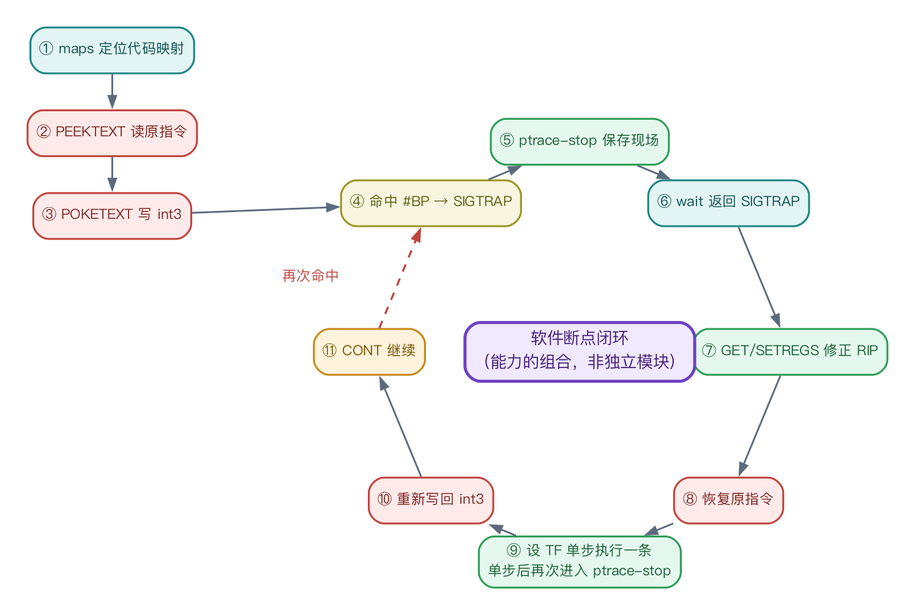
Above: research_practice/assets/09_breakpoint_loop.png in vvvvsv/asterinas (Graphviz), before the change. Its source is kept beside it as research_practice/assets/09_breakpoint_loop.dot.
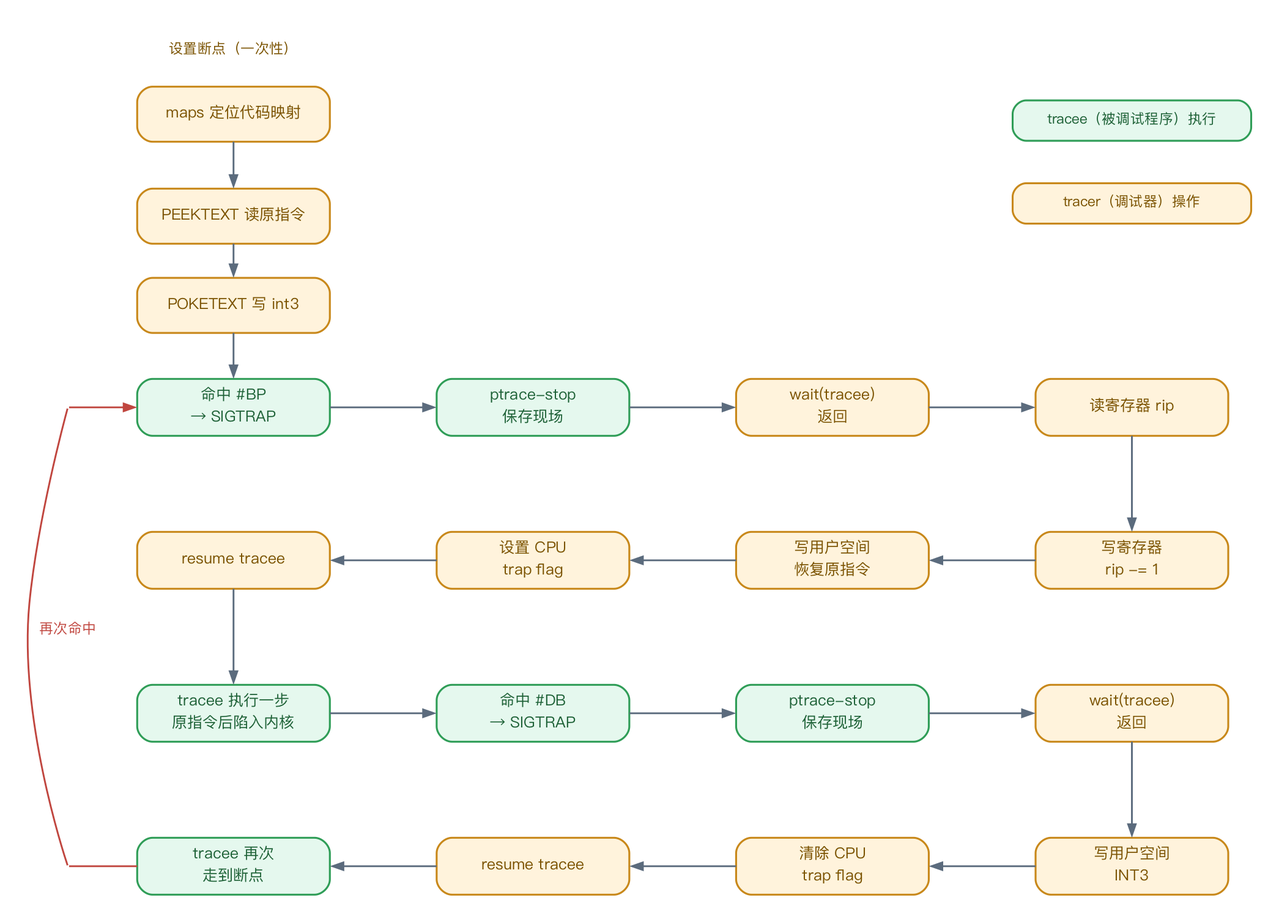
Later version of the same file.

The edit, as a diff of the source:
```diff
@@ -1,29 +1,51 @@
 digraph G {
   graph [fontname="PingFang SC", bgcolor="white", pad="0.3", splines=true];
-  node [fontname="PingFang SC", shape=box, style="rounded,filled", penwidth=1.5, margin="0.1,0.06", fontsize=11];
+  node [fontname="PingFang SC", shape=box, style="rounded,filled", penwidth=1.5, margin="0.1,0.06", fontsize=12];
   edge [fontname="PingFang SC", color="#5b6b7d", penwidth=1.4, arrowsize=0.85, fontsize=11];
-  b1 [label="① maps 定位代码映射", fillcolor="#E3F4F4", color="#1F8585", fontcolor="#0f5151", pos="63.3,536.7"];
-  b2 [label="② PEEKTEXT 读原指令", fillcolor="#FFEAEA", color="#C0463F", fontcolor="#7d2723", pos="63.3,471.7"];
-  b3 [label="③ POKETEXT 写 int3", fillcolor="#FFEAEA", color="#C0463F", fontcolor="#7d2723", pos="63.3,406.7"];
-  b4 [label="④ 命中 #BP → SIGTRAP", fillcolor="#F8F6E0", color="#9A9620", fontcolor="#5f5c10", pos="313.3,416.7"];
-  b5 [label="⑤ ptrace-stop 保存现场", fillcolor="#E5F8EE", color="#2F9D57", fontcolor="#1c6035", pos="430.0,465.0"];
-  b6 [label="⑥ wait 返回 SIGTRAP", fillcolor="#E3F4F4", color="#1F8585", fontcolor="#0f5151", pos="546.7,416.7"];
-  b7 [label="⑦ GET/SETREGS 修正 RIP", fillcolor="#E5F8EE", color="#2F9D57", fontcolor="#1c6035", pos="595.0,300.0"];
-  b8 [label="⑧ 恢复原指令", fillcolor="#FFEAEA", color="#C0463F", fontcolor="#7d2723", pos="546.7,183.3"];
-  b9 [label="⑨ 设 TF 单步执行一条\n单步后再次进入 ptrace-stop", fillcolor="#E5F8EE", color="#2F9D57", fontcolor="#1c6035", pos="430.0,135.0"];
-  b10 [label="⑩ 重新写回 int3", fillcolor="#FFEAEA", color="#C0463F", fontcolor="#7d2723", pos="313.3,183.3"];
-  b11 [label="⑪ CONT 继续", fillcolor="#FFF3DC", color="#C8881A", fontcolor="#7a5200", pos="265.0,300.0"];
-  hub [label="软件断点闭环\n（能力的组合，非独立模块）", fillcolor="#F1E9FF", color="#6F42C1", fontcolor="#48227f", pos="430.0,300.0", penwidth="2.4", fontsize="13"];
-  b1 -> b2;
-  b2 -> b3;
-  b3 -> b4;
-  b4 -> b5;
-  b5 -> b6;
-  b6 -> b7;
-  b7 -> b8;
-  b8 -> b9;
-  b9 -> b10;
-  b10 -> b11;
-  b11 -> b4 [color="#C0463F", style="dashed", penwidth="1.6"];
-  fb [shape=box, style="filled", fillcolor="white", color="white", penwidth=0, margin="0.03,0.01", fontsize=11, fontcolor="#C0463F", pos="219.2,358.3", label="再次命中"];
+  b1 [label="命中 #BP\n→ SIGTRAP", fillcolor="#E5F8EE", color="#2F9D57", fontcolor="#1c6035", pos="0,360", width="2.1", height="0.62", fixedsize="true"];
+  b2 [label="ptrace-stop\n保存现场", fillcolor="#E5F8EE", color="#2F9D57", fontcolor="#1c6035", pos="235,360", width="2.1", height="0.62", fixedsize="true"];
+  b3 [label="wait(tracee)\n返回", fillcolor="#FFF3DC", color="#C8881A", fontcolor="#7a5200", pos="470,360", width="2.1", height="0.62", fixedsize="true"];
+  b4 [label="读寄存器 rip", fillcolor="#FFF3DC", color="#C8881A", fontcolor="#7a5200", pos="705,360", width="2.1", height="0.62", fixedsize="true"];
+  b5 [label="写寄存器\nrip -= 1", fillcolor="#FFF3DC", color="#C8881A", fontcolor="#7a5200", pos="705,240", width="2.1", height="0.62", fixedsize="true"];
+  b6 [label="写用户空间\n恢复原指令", fillcolor="#FFF3DC", color="#C8881A", fontcolor="#7a5200", pos="470,240", width="2.1", height="0.62", fixedsize="true"];
+  b7 [label="设置 CPU\ntrap flag", fillcolor="#FFF3DC", color="#C8881A", fontcolor="#7a5200", pos="235,240", width="2.1", height="0.62", fixedsize="true"];
+  b8 [label="resume tracee", fillcolor="#FFF3DC", color="#C8881A", fontcolor="#7a5200", pos="0,240", width="2.1", height="0.62", fixedsize="true"];
+  b9 [label="tracee 执行一步\n原指令后陷入内核", fillcolor="#E5F8EE", color="#2F9D57", fontcolor="#1c6035", pos="0,120", width="2.1", height="0.62", fixedsize="true"];
+  b10 [label="命中 #DB\n→ SIGTRAP", fillcolor="#E5F8EE", color="#2F9D57", fontcolor="#1c6035", pos="235,120", width="2.1", height="0.62", fixedsize="true"];
+  b11 [label="ptrace-stop\n保存现场", fillcolor="#E5F8EE", color="#2F9D57", fontcolor="#1c6035", pos="470,120", width="2.1", height="0.62", fixedsize="true"];
+  b12 [label="wait(tracee)\n返回", fillcolor="#FFF3DC", color="#C8881A", fontcolor="#7a5200", pos="705,120", width="2.1", height="0.62", fixedsize="true"];
+  b13 [label="写用户空间\nINT3", fillcolor="#FFF3DC", color="#C8881A", fontcolor="#7a5200", pos="705,0", width="2.1", height="0.62", fixedsize="true"];
+  b14 [label="清除 CPU\ntrap flag", fillcolor="#FFF3DC", color="#C8881A", fontcolor="#7a5200", pos="470,0", width="2.1", height="0.62", fixedsize="true"];
+  b15 [label="resume tracee", fillcolor="#FFF3DC", color="#C8881A", fontcolor="#7a5200", pos="235,0", width="2.1", height="0.62", fixedsize="true"];
+  b16 [label="tracee 再次\n走到断点", fillcolor="#E5F8EE", color="#2F9D57", fontcolor="#1c6035", pos="0,0", width="2.1", height="0.62", fixedsize="true"];
+  s1 [label="maps 定位代码映射", fillcolor="#FFF3DC", color="#C8881A", fontcolor="#7a5200", pos="0,590", width="2.1", height="0.6", fixedsize="true"];
+  s2 [label="PEEKTEXT 读原指令", fillcolor="#FFF3DC", color="#C8881A", fontcolor="#7a5200", pos="0,510", width="2.1", height="0.6", fixedsize="true"];
+  s3 [label="POKETEXT 写 int3", fillcolor="#FFF3DC", color="#C8881A", fontcolor="#7a5200", pos="0,440", width="2.1", height="0.6", fixedsize="true"];
+  s_hdr [shape=box, style="filled", fillcolor="white", color="white", penwidth=0, margin="0.03,0.01", fontsize=11, fontcolor="#7a5200", pos="0,640", label="设置断点（一次性）"];
+  leg_t [label="tracee（被调试程序）执行", fillcolor="#E5F8EE", color="#2F9D57", fontcolor="#1c6035", pos="705,585", width="2.6", height="0.44", fixedsize="true", fontsize="11"];
+  leg_r [label="tracer（调试器）操作", fillcolor="#FFF3DC", color="#C8881A", fontcolor="#7a5200", pos="705,520", width="2.6", height="0.44", fixedsize="true", fontsize="11"];
+  s1:s -> s2:n [color="#5b6b7d"];
+  s2:s -> s3:n [color="#5b6b7d"];
+  s3:s -> b1:n [color="#5b6b7d"];
+  b1:e -> b2:w [color="#5b6b7d"];
+  b2:e -> b3:w [color="#5b6b7d"];
+  b3:e -> b4:w [color="#5b6b7d"];
+  b4:s -> b5:n [color="#5b6b7d"];
+  b5:w -> b6:e [color="#5b6b7d"];
+  b6:w -> b7:e [color="#5b6b7d"];
+  b7:w -> b8:e [color="#5b6b7d"];
+  b8:s -> b9:n [color="#5b6b7d"];
+  b9:e -> b10:w [color="#5b6b7d"];
+  b10:e -> b11:w [color="#5b6b7d"];
+  b11:e -> b12:w [color="#5b6b7d"];
+  b12:s -> b13:n [color="#5b6b7d"];
+  b13:w -> b14:e [color="#5b6b7d"];
+  b14:w -> b15:e [color="#5b6b7d"];
+  b15:w -> b16:e [color="#5b6b7d"];
+  lb1 [shape=point, width=0.01, style=invis, pos="-130,0"];
+  lb2 [shape=point, width=0.01, style=invis, pos="-130,360"];
+  b16:w -> lb1 [arrowhead=none, color="#C0463F"];
+  lb1 -> lb2 [arrowhead=none, color="#C0463F"];
+  lb2 -> b1:w [color="#C0463F"];
+  fb [shape=box, style="filled", fillcolor="white", color="white", penwidth=0, margin="0.03,0.01", fontsize=11, fontcolor="#C0463F", pos="-130,185", label="再次命中"];
 }
```
